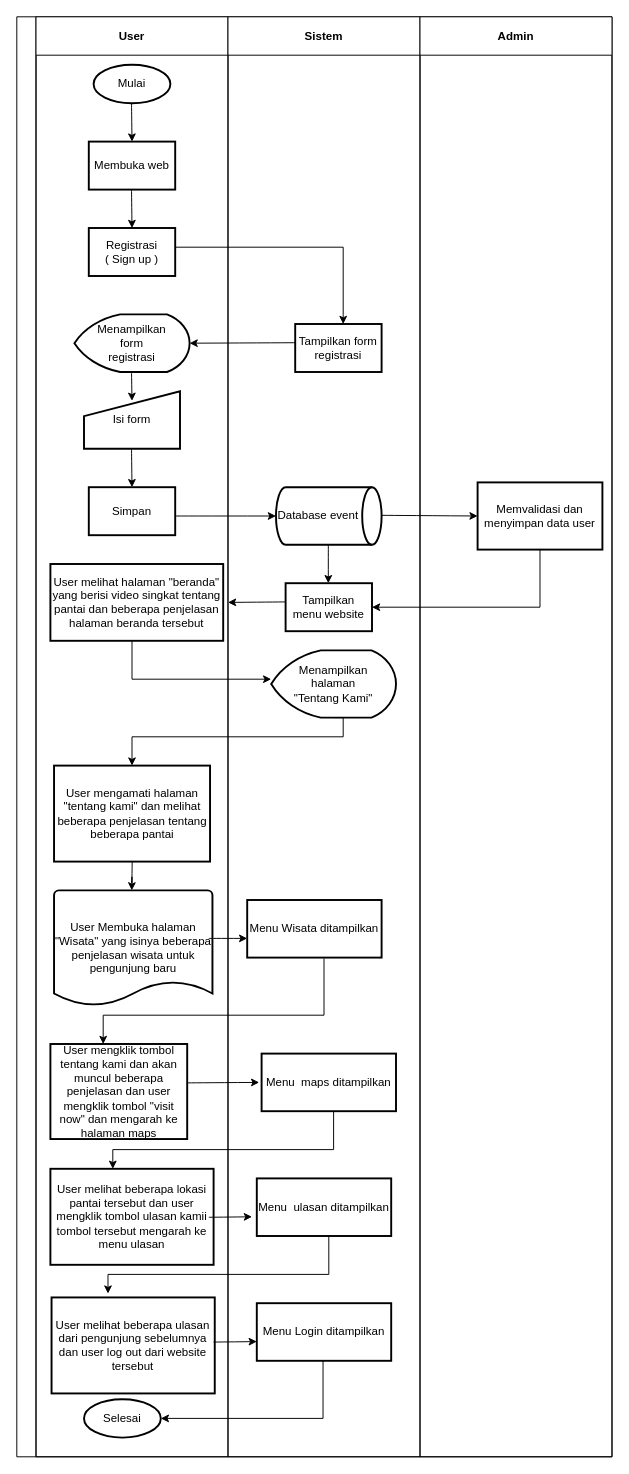
Before: page "Page-65" (1 of 62) of Untitled Diagram.drawio in Jeremia0910/SJSI, a draw.io diagram. Source tidied: cells renumbered, new cells numbered last; positions are measured from the earlier drawing's top-left corner, leaving out a move shared by most shapes. Both pictures are drawn from the tidied source at 96%, with x=0, y=0 at pixel (16, 16).
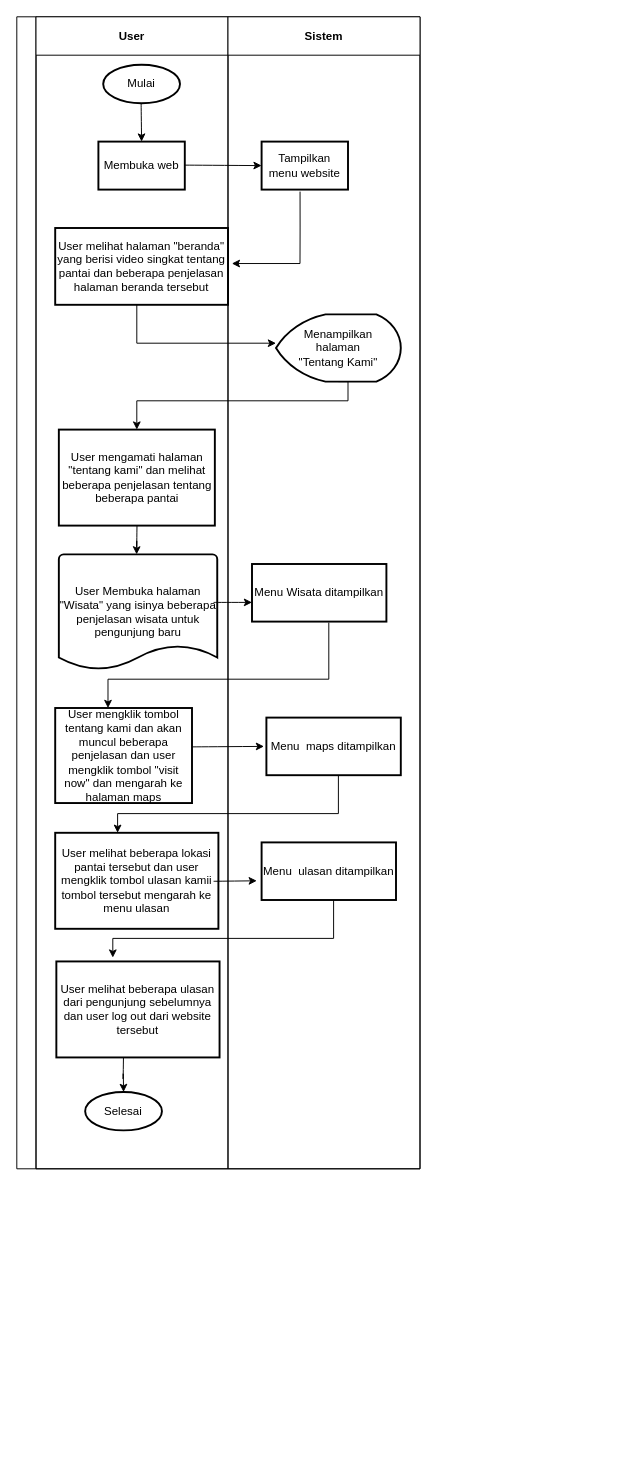
After the change.

Change to the diagram source:
```diff
@@
     <mxCell id="2" style="swimlane;startSize=20;horizontal=0;rounded=0;" parent="1" vertex="1">
-      <mxGeometry width="620" height="1500" as="geometry" />
+      <mxGeometry width="420" height="1200" as="geometry" />
     </mxCell>
     <mxCell id="3" value="User" style="swimlane;startSize=40;rounded=0;arcSize=3;" parent="2" vertex="1">
-      <mxGeometry x="20" width="200" height="1500" as="geometry" />
+      <mxGeometry x="20" width="200" height="1200" as="geometry" />
     </mxCell>
     <mxCell id="4" value="Mulai" style="strokeWidth=2;html=1;shape=mxgraph.flowchart.start_1;whiteSpace=wrap;rounded=0;" parent="3" vertex="1">
-      <mxGeometry x="60" y="50" width="80" height="40" as="geometry" />
+      <mxGeometry x="70" y="50" width="80" height="40" as="geometry" />
     </mxCell>
     <mxCell id="5" style="elbow=horizontal;endArrow=classic;html=1;rounded=0;curved=1;" parent="3" edge="1">
       <mxGeometry relative="1" as="geometry">
-        <mxPoint x="99.5" y="90" as="sourcePoint" />
-        <mxPoint x="100" y="130" as="targetPoint" />
+        <mxPoint x="109.5" y="90" as="sourcePoint" />
+        <mxPoint x="110" y="130" as="targetPoint" />
       </mxGeometry>
     </mxCell>
     <mxCell id="6" value="Membuka web" style="rounded=0;whiteSpace=wrap;html=1;absoluteArcSize=1;arcSize=0;strokeWidth=2;" parent="3" vertex="1">
-      <mxGeometry x="55" y="130" width="90" height="50" as="geometry" />
+      <mxGeometry x="65" y="130" width="90" height="50" as="geometry" />
     </mxCell>
-    <mxCell id="7" style="elbow=horizontal;endArrow=classic;html=1;rounded=0;curved=1;" parent="3" edge="1">
-      <mxGeometry relative="1" as="geometry">
-        <mxPoint x="99.5" y="180" as="sourcePoint" />
-        <mxPoint x="100" y="220" as="targetPoint" />
-      </mxGeometry>
-    </mxCell>
-    <mxCell id="8" value="&lt;div&gt;Registrasi&lt;/div&gt;&lt;div&gt;( Sign up )&lt;br&gt;&lt;/div&gt;" style="rounded=0;whiteSpace=wrap;html=1;absoluteArcSize=1;arcSize=0;strokeWidth=2;" parent="3" vertex="1">
-      <mxGeometry x="55" y="220" width="90" height="50" as="geometry" />
-    </mxCell>
-    <mxCell id="9" value="&lt;div&gt;Menampilkan&lt;/div&gt;&lt;div&gt;form&lt;/div&gt;&lt;div&gt;registrasi&lt;br&gt;&lt;/div&gt;" style="strokeWidth=2;html=1;shape=mxgraph.flowchart.display;whiteSpace=wrap;rounded=0;" parent="3" vertex="1">
-      <mxGeometry x="40" y="310" width="120" height="60" as="geometry" />
-    </mxCell>
-    <mxCell id="10" style="elbow=horizontal;endArrow=classic;html=1;rounded=0;curved=1;" parent="3" edge="1">
-      <mxGeometry relative="1" as="geometry">
-        <mxPoint x="99.5" y="370" as="sourcePoint" />
-        <mxPoint x="100" y="400" as="targetPoint" />
-      </mxGeometry>
-    </mxCell>
-    <mxCell id="11" value="Isi form" style="html=1;strokeWidth=2;shape=manualInput;whiteSpace=wrap;rounded=0;size=26;arcSize=11;" parent="3" vertex="1">
-      <mxGeometry x="50" y="390" width="100" height="60" as="geometry" />
-    </mxCell>
-    <mxCell id="12" style="elbow=horizontal;endArrow=classic;html=1;rounded=0;curved=1;" parent="3" edge="1">
-      <mxGeometry relative="1" as="geometry">
-        <mxPoint x="99.5" y="450" as="sourcePoint" />
-        <mxPoint x="100" y="490" as="targetPoint" />
-      </mxGeometry>
-    </mxCell>
-    <mxCell id="13" value="Simpan" style="rounded=0;whiteSpace=wrap;html=1;absoluteArcSize=1;arcSize=0;strokeWidth=2;" parent="3" vertex="1">
-      <mxGeometry x="55" y="490" width="90" height="50" as="geometry" />
-    </mxCell>
-    <mxCell id="14" style="elbow=horizontal;endArrow=classic;html=1;rounded=0;curved=1;" parent="3" edge="1">
-      <mxGeometry relative="1" as="geometry">
-        <mxPoint x="260" y="609.5" as="sourcePoint" />
-        <mxPoint x="200" y="610" as="targetPoint" />
-      </mxGeometry>
-    </mxCell>
     <mxCell id="15" value="User melihat halaman &quot;beranda&quot; yang berisi video singkat tentang pantai dan beberapa penjelasan halaman beranda tersebut" style="rounded=0;whiteSpace=wrap;html=1;absoluteArcSize=1;arcSize=0;strokeWidth=2;" parent="3" vertex="1">
-      <mxGeometry x="15" y="570" width="180" height="80" as="geometry" />
+      <mxGeometry x="20" y="220" width="180" height="80" as="geometry" />
     </mxCell>
     <mxCell id="16" value="User mengamati halaman &quot;tentang kami&quot; dan melihat beberapa penjelasan tentang beberapa pantai" style="rounded=0;whiteSpace=wrap;html=1;absoluteArcSize=1;arcSize=0;strokeWidth=2;" parent="3" vertex="1">
-      <mxGeometry x="18.8" y="780" width="162.5" height="100" as="geometry" />
+      <mxGeometry x="23.8" y="430" width="162.5" height="100" as="geometry" />
     </mxCell>
     <mxCell id="17" style="elbow=horizontal;endArrow=classic;html=1;rounded=0;curved=1;" parent="3" edge="1">
       <mxGeometry relative="1" as="geometry">
-        <mxPoint x="100.2" y="880" as="sourcePoint" />
-        <mxPoint x="99.8" y="910" as="targetPoint" />
+        <mxPoint x="105.2" y="530" as="sourcePoint" />
+        <mxPoint x="104.8" y="560" as="targetPoint" />
         <Array as="points">
-          <mxPoint x="99.8" y="910" />
-          <mxPoint x="100" y="890" />
+          <mxPoint x="104.8" y="560" />
+          <mxPoint x="105" y="540" />
         </Array>
       </mxGeometry>
     </mxCell>
     <mxCell id="18" value="User Membuka halaman &quot;Wisata&quot; yang isinya beberapa penjelasan wisata untuk pengunjung baru" style="strokeWidth=2;html=1;shape=mxgraph.flowchart.document2;whiteSpace=wrap;size=0.21;rounded=0;" parent="3" vertex="1">
-      <mxGeometry x="18.8" y="910" width="165" height="120" as="geometry" />
+      <mxGeometry x="23.8" y="560" width="165" height="120" as="geometry" />
     </mxCell>
     <mxCell id="19" value="User mengklik tombol tentang kami dan akan muncul beberapa penjelasan dan user mengklik tombol &quot;visit now&quot; dan mengarah ke halaman maps" style="rounded=0;whiteSpace=wrap;html=1;absoluteArcSize=1;arcSize=0;strokeWidth=2;" parent="3" vertex="1">
-      <mxGeometry x="15" y="1070" width="142.5" height="99" as="geometry" />
+      <mxGeometry x="20" y="720" width="142.5" height="99" as="geometry" />
     </mxCell>
     <mxCell id="20" style="elbow=horizontal;endArrow=classic;html=1;rounded=0;curved=1;entryX=0;entryY=0.5;entryDx=0;entryDy=0;" parent="3" edge="1">
       <mxGeometry relative="1" as="geometry">
-        <mxPoint x="157.5" y="1110.5" as="sourcePoint" />
-        <mxPoint x="232.5" y="1110" as="targetPoint" />
+        <mxPoint x="162.5" y="760.5" as="sourcePoint" />
+        <mxPoint x="237.5" y="760" as="targetPoint" />
       </mxGeometry>
     </mxCell>
     <mxCell id="21" value="User melihat beberapa lokasi pantai tersebut dan user mengklik tombol ulasan kamii tombol tersebut mengarah ke menu ulasan" style="rounded=0;whiteSpace=wrap;html=1;absoluteArcSize=1;arcSize=0;strokeWidth=2;" parent="3" vertex="1">
-      <mxGeometry x="15" y="1200" width="170" height="100" as="geometry" />
+      <mxGeometry x="20" y="850" width="170" height="100" as="geometry" />
     </mxCell>
     <mxCell id="22" value="User melihat beberapa ulasan dari pengunjung sebelumnya dan user log out dari website tersebut" style="rounded=0;whiteSpace=wrap;html=1;absoluteArcSize=1;arcSize=0;strokeWidth=2;" parent="3" vertex="1">
-      <mxGeometry x="16.2" y="1334" width="170" height="100" as="geometry" />
+      <mxGeometry x="21.2" y="984" width="170" height="100" as="geometry" />
     </mxCell>
     <mxCell id="23" style="elbow=horizontal;endArrow=classic;html=1;rounded=0;edgeStyle=orthogonalEdgeStyle;" parent="3" edge="1">
       <mxGeometry relative="1" as="geometry">
-        <mxPoint x="100" y="650" as="sourcePoint" />
-        <mxPoint x="245" y="690" as="targetPoint" />
+        <mxPoint x="105" y="300" as="sourcePoint" />
+        <mxPoint x="250" y="340" as="targetPoint" />
         <Array as="points">
-          <mxPoint x="100" y="690" />
-          <mxPoint x="245" y="690" />
+          <mxPoint x="105" y="340" />
+          <mxPoint x="250" y="340" />
         </Array>
       </mxGeometry>
     </mxCell>
     <mxCell id="24" style="elbow=horizontal;endArrow=classic;html=1;rounded=0;edgeStyle=orthogonalEdgeStyle;" parent="3" edge="1">
       <mxGeometry relative="1" as="geometry">
-        <mxPoint x="300" y="981" as="sourcePoint" />
-        <mxPoint x="70" y="1070" as="targetPoint" />
+        <mxPoint x="305" y="631" as="sourcePoint" />
+        <mxPoint x="75" y="720" as="targetPoint" />
         <Array as="points">
-          <mxPoint x="300" y="1040" />
-          <mxPoint x="70" y="1040" />
+          <mxPoint x="305" y="690" />
+          <mxPoint x="75" y="690" />
         </Array>
       </mxGeometry>
     </mxCell>
     <mxCell id="25" value="Selesai" style="strokeWidth=2;html=1;shape=mxgraph.flowchart.start_1;whiteSpace=wrap;rounded=0;" parent="3" vertex="1">
-      <mxGeometry x="50" y="1440" width="80" height="40" as="geometry" />
+      <mxGeometry x="51.2" y="1120" width="80" height="40" as="geometry" />
     </mxCell>
+    <mxCell id="50" style="elbow=horizontal;endArrow=classic;html=1;rounded=0;curved=1;entryX=0.5;entryY=0;entryDx=0;entryDy=0;entryPerimeter=0;" parent="3" edge="1" target="25">
+      <mxGeometry relative="1" as="geometry">
+        <mxPoint x="91.1" y="1084" as="sourcePoint" />
+        <Array as="points">
+          <mxPoint x="90.7" y="1114" />
+          <mxPoint x="90.9" y="1094" />
+        </Array>
+      </mxGeometry>
+    </mxCell>
     <mxCell id="26" value="Sistem" style="swimlane;startSize=40;rounded=0;arcSize=1;" parent="2" vertex="1">
-      <mxGeometry x="220" width="200" height="1500" as="geometry" />
+      <mxGeometry x="220" width="200" height="1200" as="geometry" />
     </mxCell>
-    <mxCell id="27" style="elbow=horizontal;endArrow=classic;html=1;rounded=0;edgeStyle=orthogonalEdgeStyle;" parent="26" edge="1">
-      <mxGeometry relative="1" as="geometry">
-        <mxPoint x="-55" y="240" as="sourcePoint" />
-        <mxPoint x="120" y="320" as="targetPoint" />
-        <Array as="points">
-          <mxPoint x="120" y="240" />
-          <mxPoint x="120" y="310" />
-        </Array>
-      </mxGeometry>
-    </mxCell>
-    <mxCell id="28" value="&lt;div&gt;Tampilkan form&lt;/div&gt;&lt;div&gt;registrasi&lt;br&gt;&lt;/div&gt;" style="rounded=0;whiteSpace=wrap;html=1;absoluteArcSize=1;arcSize=0;strokeWidth=2;" parent="26" vertex="1">
-      <mxGeometry x="70" y="320" width="90" height="50" as="geometry" />
-    </mxCell>
-    <mxCell id="29" style="elbow=horizontal;endArrow=classic;html=1;rounded=0;curved=1;" parent="26" edge="1">
-      <mxGeometry relative="1" as="geometry">
-        <mxPoint x="70" y="339.5" as="sourcePoint" />
-        <mxPoint x="-40" y="340" as="targetPoint" />
-      </mxGeometry>
-    </mxCell>
-    <mxCell id="30" style="elbow=horizontal;endArrow=classic;html=1;rounded=0;curved=1;" parent="26" edge="1">
-      <mxGeometry relative="1" as="geometry">
-        <mxPoint x="-55" y="520" as="sourcePoint" />
-        <mxPoint x="50" y="520" as="targetPoint" />
-      </mxGeometry>
-    </mxCell>
-    <mxCell id="31" value="&lt;div align=&quot;right&quot;&gt;Database event&lt;br&gt;&lt;/div&gt;" style="strokeWidth=2;html=1;shape=mxgraph.flowchart.direct_data;whiteSpace=wrap;align=left;rounded=0;" parent="26" vertex="1">
-      <mxGeometry x="50" y="490" width="110" height="60" as="geometry" />
-    </mxCell>
     <mxCell id="32" value="&lt;div&gt;Tampilkan &lt;br&gt;&lt;/div&gt;&lt;div&gt;menu website&lt;br&gt;&lt;/div&gt;" style="rounded=0;whiteSpace=wrap;html=1;absoluteArcSize=1;arcSize=0;strokeWidth=2;" parent="26" vertex="1">
-      <mxGeometry x="60" y="590" width="90" height="50" as="geometry" />
+      <mxGeometry x="35" y="130" width="90" height="50" as="geometry" />
     </mxCell>
-    <mxCell id="33" style="elbow=horizontal;endArrow=classic;html=1;rounded=0;curved=1;" parent="26" edge="1">
-      <mxGeometry relative="1" as="geometry">
-        <mxPoint x="104.5" y="550" as="sourcePoint" />
-        <mxPoint x="104.5" y="590" as="targetPoint" />
-      </mxGeometry>
-    </mxCell>
     <mxCell id="34" value="&lt;div&gt;Menampilkan&lt;/div&gt;&lt;div&gt;halaman&lt;/div&gt;&lt;div&gt;&quot;Tentang Kami&quot;&lt;br&gt;&lt;/div&gt;" style="strokeWidth=2;html=1;shape=mxgraph.flowchart.display;whiteSpace=wrap;rounded=0;" parent="26" vertex="1">
-      <mxGeometry x="45" y="660" width="130" height="70" as="geometry" />
+      <mxGeometry x="50" y="310" width="130" height="70" as="geometry" />
     </mxCell>
-    <mxCell id="35" style="elbow=horizontal;endArrow=classic;html=1;rounded=0;curved=1;" parent="26" edge="1">
-      <mxGeometry relative="1" as="geometry">
-        <mxPoint x="160" y="519.3" as="sourcePoint" />
-        <mxPoint x="260" y="520" as="targetPoint" />
-      </mxGeometry>
-    </mxCell>
     <mxCell id="36" style="elbow=horizontal;endArrow=classic;html=1;rounded=0;curved=1;" parent="26" edge="1">
       <mxGeometry relative="1" as="geometry">
-        <mxPoint x="-20" y="960" as="sourcePoint" />
-        <mxPoint x="20" y="960" as="targetPoint" />
+        <mxPoint x="-15" y="610" as="sourcePoint" />
+        <mxPoint x="25" y="610" as="targetPoint" />
       </mxGeometry>
     </mxCell>
     <mxCell id="37" value="Menu Wisata ditampilkan" style="rounded=0;whiteSpace=wrap;html=1;absoluteArcSize=1;arcSize=0;strokeWidth=2;" parent="26" vertex="1">
-      <mxGeometry x="20" y="920" width="140" height="60" as="geometry" />
+      <mxGeometry x="25" y="570" width="140" height="60" as="geometry" />
     </mxCell>
     <mxCell id="38" value="Menu&amp;nbsp; maps ditampilkan" style="rounded=0;whiteSpace=wrap;html=1;absoluteArcSize=1;arcSize=0;strokeWidth=2;" parent="26" vertex="1">
-      <mxGeometry x="35" y="1080" width="140" height="60" as="geometry" />
+      <mxGeometry x="40" y="730" width="140" height="60" as="geometry" />
     </mxCell>
     <mxCell id="39" style="elbow=horizontal;endArrow=classic;html=1;rounded=0;edgeStyle=orthogonalEdgeStyle;" parent="26" edge="1">
       <mxGeometry relative="1" as="geometry">
-        <mxPoint x="110" y="1140" as="sourcePoint" />
-        <mxPoint x="-120" y="1200" as="targetPoint" />
+        <mxPoint x="115" y="790" as="sourcePoint" />
+        <mxPoint x="-115" y="850" as="targetPoint" />
         <Array as="points">
-          <mxPoint x="110" y="1140" />
-          <mxPoint x="110" y="1180" />
-          <mxPoint x="-120" y="1180" />
+          <mxPoint x="115" y="790" />
+          <mxPoint x="115" y="830" />
+          <mxPoint x="-115" y="830" />
         </Array>
       </mxGeometry>
     </mxCell>
     <mxCell id="40" value="Menu&amp;nbsp; ulasan ditampilkan" style="rounded=0;whiteSpace=wrap;html=1;absoluteArcSize=1;arcSize=0;strokeWidth=2;" parent="26" vertex="1">
-      <mxGeometry x="30" y="1210" width="140" height="60" as="geometry" />
+      <mxGeometry x="35" y="860" width="140" height="60" as="geometry" />
     </mxCell>
     <mxCell id="41" style="elbow=horizontal;endArrow=classic;html=1;rounded=0;edgeStyle=orthogonalEdgeStyle;" parent="26" edge="1">
       <mxGeometry relative="1" as="geometry">
-        <mxPoint x="105" y="1270" as="sourcePoint" />
-        <mxPoint x="-125" y="1330" as="targetPoint" />
+        <mxPoint x="110" y="920" as="sourcePoint" />
+        <mxPoint x="-120" y="980" as="targetPoint" />
         <Array as="points">
-          <mxPoint x="105" y="1270" />
-          <mxPoint x="105" y="1310" />
-          <mxPoint x="-125" y="1310" />
+          <mxPoint x="110" y="920" />
+          <mxPoint x="110" y="960" />
+          <mxPoint x="-120" y="960" />
         </Array>
       </mxGeometry>
     </mxCell>
-    <mxCell id="42" value="Menu Login ditampilkan" style="rounded=0;whiteSpace=wrap;html=1;absoluteArcSize=1;arcSize=0;strokeWidth=2;" parent="26" vertex="1">
-      <mxGeometry x="30" y="1340" width="140" height="60" as="geometry" />
-    </mxCell>
-    <mxCell id="43" style="elbow=horizontal;endArrow=classic;html=1;rounded=0;edgeStyle=orthogonalEdgeStyle;" parent="26" edge="1">
-      <mxGeometry relative="1" as="geometry">
-        <mxPoint x="99" y="1400" as="sourcePoint" />
-        <mxPoint x="-70" y="1460" as="targetPoint" />
-        <Array as="points">
-          <mxPoint x="99" y="1460" />
-          <mxPoint x="-70" y="1460" />
-        </Array>
-      </mxGeometry>
-    </mxCell>
     <mxCell id="44" style="elbow=horizontal;endArrow=classic;html=1;rounded=0;curved=1;" parent="26" edge="1">
       <mxGeometry relative="1" as="geometry">
-        <mxPoint x="-20" y="1250.5" as="sourcePoint" />
-        <mxPoint x="25" y="1250" as="targetPoint" />
+        <mxPoint x="-15" y="900.5" as="sourcePoint" />
+        <mxPoint x="30" y="900" as="targetPoint" />
       </mxGeometry>
     </mxCell>
-    <mxCell id="45" style="elbow=horizontal;endArrow=classic;html=1;rounded=0;curved=1;" parent="26" edge="1">
-      <mxGeometry relative="1" as="geometry">
-        <mxPoint x="-15" y="1380.5" as="sourcePoint" />
-        <mxPoint x="30" y="1380" as="targetPoint" />
-      </mxGeometry>
-    </mxCell>
+    <mxCell id="14" style="elbow=horizontal;endArrow=classic;html=1;rounded=0;curved=1;" parent="26" edge="1">
+      <mxGeometry relative="1" as="geometry">
+        <mxPoint x="-45" y="154.5" as="sourcePoint" />
+        <mxPoint x="35" y="155" as="targetPoint" />
+      </mxGeometry>
+    </mxCell>
+    <mxCell id="51" style="elbow=horizontal;endArrow=classic;html=1;rounded=0;edgeStyle=orthogonalEdgeStyle;exitX=0.445;exitY=1.042;exitDx=0;exitDy=0;exitPerimeter=0;" parent="26" edge="1" source="32">
+      <mxGeometry relative="1" as="geometry">
+        <mxPoint x="4" y="257" as="targetPoint" />
+        <Array as="points">
+          <mxPoint x="75" y="220" />
+          <mxPoint x="75" y="257" />
+        </Array>
+      </mxGeometry>
+    </mxCell>
-    <mxCell id="46" value="Admin" style="swimlane;startSize=40;rounded=0;arcSize=3;" parent="2" vertex="1">
-      <mxGeometry x="420" width="200" height="1500" as="geometry" />
+    <mxCell id="46" style="swimlane;startSize=40;rounded=0;arcSize=3;" parent="2" vertex="1">
+      <mxGeometry x="420" height="1200" as="geometry" />
     </mxCell>
-    <mxCell id="47" value="Memvalidasi dan menyimpan data user" style="rounded=0;whiteSpace=wrap;html=1;absoluteArcSize=1;arcSize=0;strokeWidth=2;" parent="46" vertex="1">
-      <mxGeometry x="60" y="485" width="130" height="70" as="geometry" />
-    </mxCell>
-    <mxCell id="48" style="elbow=horizontal;endArrow=classic;html=1;rounded=0;edgeStyle=orthogonalEdgeStyle;entryX=1;entryY=0.5;entryDx=0;entryDy=0;" parent="46" edge="1" target="32">
-      <mxGeometry relative="1" as="geometry">
-        <mxPoint x="125" y="555" as="sourcePoint" />
-        <Array as="points">
-          <mxPoint x="125" y="615" />
-        </Array>
-      </mxGeometry>
-    </mxCell>
     <mxCell id="49" style="elbow=horizontal;endArrow=classic;html=1;rounded=0;edgeStyle=orthogonalEdgeStyle;exitX=0.5;exitY=1;exitDx=0;exitDy=0;exitPerimeter=0;" parent="46" edge="1" source="34">
       <mxGeometry relative="1" as="geometry">
-        <mxPoint x="-300" y="780" as="targetPoint" />
+        <mxPoint x="-295" y="430" as="targetPoint" />
         <Array as="points">
-          <mxPoint x="-80" y="730" />
-          <mxPoint x="-80" y="750" />
-          <mxPoint x="-300" y="750" />
+          <mxPoint x="-75" y="380" />
+          <mxPoint x="-75" y="400" />
+          <mxPoint x="-295" y="400" />
         </Array>
       </mxGeometry>
     </mxCell>
```
